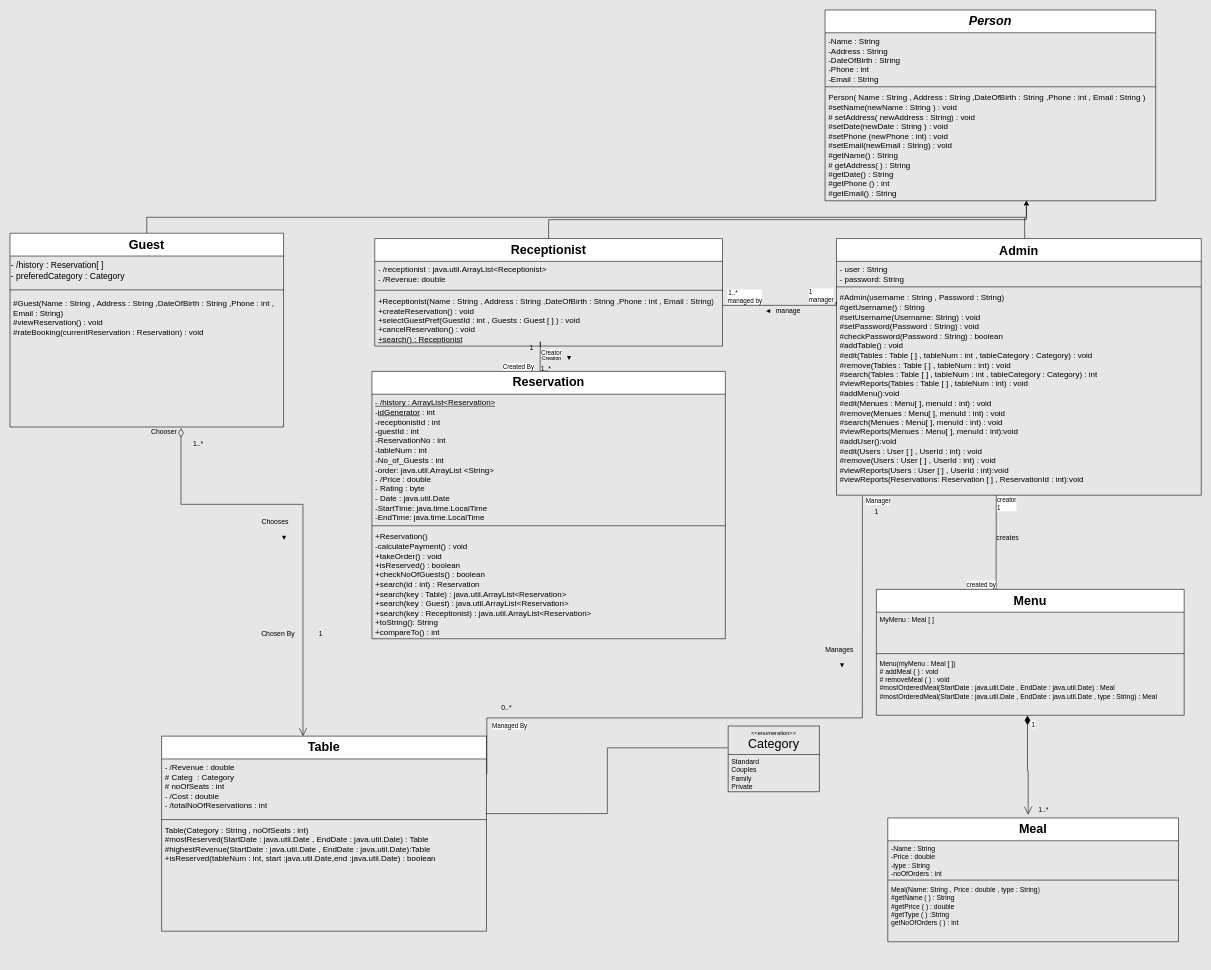
Above: UML for the project.drawio in abdelrahman218/Restaurant-Mangment-System (draw.io), before the change. Source tidied: cells renumbered, new cells numbered last; positions are measured from the earlier drawing's top-left corner, leaving out a move shared by most shapes. Both pictures are drawn from the tidied source at 57%, with x=0, y=0 at pixel (10, 10).
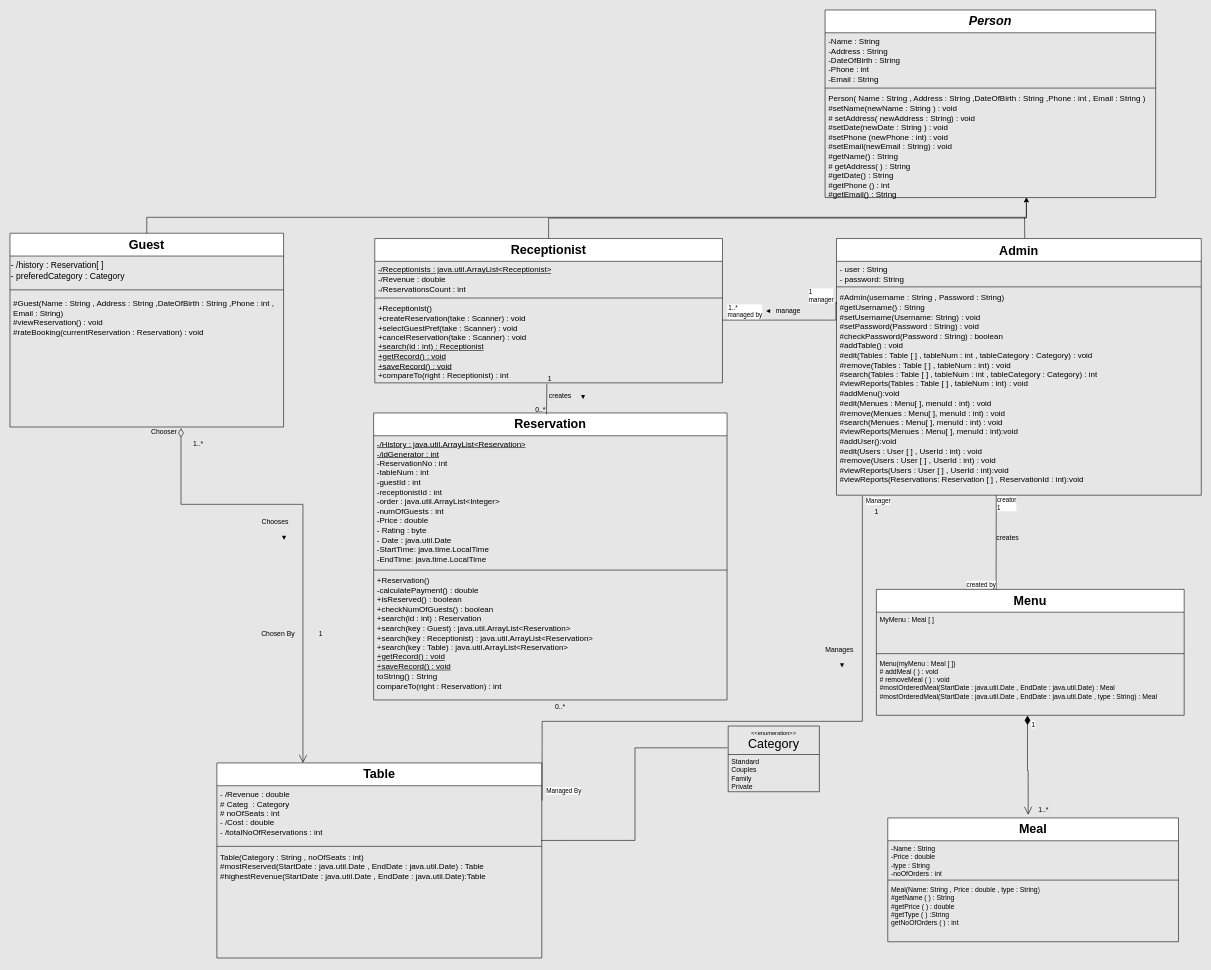
The same page after the edit.

The change refers to these unchanged cells:
```xml
<mxCell id="2" style="group;" parent="1" vertex="1">
  <mxGeometry width="2090" height="1632" as="geometry" />
</mxCell>
<mxCell id="6" value="&lt;font style=&quot;font-size: 14px;&quot;&gt;#Admin(username : String , Password : String)&amp;nbsp;&lt;br&gt;#getUsername() : String&lt;br&gt;#setUsername(Username: String) : void&lt;br&gt;#setPassword(Password : String) : void&lt;br&gt;#checkPassword(Password : String) : boolean&lt;br&gt;#addTable() : void&lt;br&gt;#edit(Tables : Table [ ] , tableNum : int , tableCategory : Category) : void&lt;br&gt;#remove(Tables : Table [ ] , tableNum : int) : void&lt;br&gt;#search(Tables : Table [ ] , tableNum : int , tableCategory : Category) : int&lt;br&gt;#viewReports(Tables : Table [ ] , tableNum : int) : void&lt;br&gt;#addMenu():void&lt;br&gt;#edit(Menues : Menu[ ], menuId : int) : void&lt;br&gt;#remove(Menues : Menu[ ], menuId : int) : void&lt;br&gt;#search(Menues : Menu[ ], menuId : int) : void&lt;br&gt;#viewReports(Menues : Menu[ ], menuId : int):void&lt;br&gt;#addUser():void&lt;br&gt;#edit(Users : User [ ] , UserId : int) : void&lt;br&gt;#remove(Users : User [ ] , UserId : int) : void&lt;br&gt;#viewReports(Users : User [ ] , UserId : int):void&lt;br&gt;#viewReports(Reservations: Reservation [ ] , ReservationId : int):void&lt;br&gt;&lt;/font&gt;" style="text;strokeColor=none;fillColor=none;align=left;verticalAlign=top;spacingLeft=4;spacingRight=4;overflow=hidden;points=[[0,0.5],[1,0.5]];portConstraint=eastwest;whiteSpace=wrap;html=1;" parent="3" vertex="1">
  <mxGeometry y="88.5" width="640" height="361.8" as="geometry" />
</mxCell>
<mxCell id="20" value="&lt;font style=&quot;font-size: 14px;&quot;&gt;- /Revenue : double&lt;br&gt;# Categ&amp;nbsp; : Category&lt;br&gt;# noOfSeats : int&lt;br&gt;- /Cost : double&lt;br&gt;- /totalNoOfReservations : int&lt;br&gt;&lt;br&gt;&lt;/font&gt;" style="text;strokeColor=none;fillColor=none;align=left;verticalAlign=top;spacingLeft=4;spacingRight=4;overflow=hidden;points=[[0,0.5],[1,0.5]];portConstraint=eastwest;whiteSpace=wrap;html=1;" parent="19" vertex="1">
  <mxGeometry y="40" width="570" height="102.6" as="geometry" />
</mxCell>
```

Diff of the diagram source:
```diff
@@
     <mxCell id="7" value="&lt;font style=&quot;font-size: 22px;&quot;&gt;Receptionist&lt;/font&gt;" style="swimlane;fontStyle=1;align=center;verticalAlign=top;horizontal=1;startSize=40;whiteSpace=wrap;html=1;" parent="2" vertex="1">
-      <mxGeometry x="640" y="401" width="610" height="188.7" as="geometry" />
+      <mxGeometry x="640" y="401" width="610" height="253.2" as="geometry" />
     </mxCell>
-    <mxCell id="8" value="&lt;font style=&quot;font-size: 14px;&quot;&gt;- /receptionist : java.util.ArrayList&amp;lt;Receptionist&amp;gt;&lt;br&gt;- /Revenue: double&lt;br&gt;&lt;br&gt;&lt;/font&gt;" style="text;strokeColor=none;fillColor=none;align=left;verticalAlign=top;spacingLeft=4;spacingRight=4;overflow=hidden;whiteSpace=wrap;html=1;" parent="7" vertex="1">
-      <mxGeometry y="40" width="610" height="47" as="geometry" />
+    <mxCell id="8" value="&lt;font style=&quot;font-size: 14px;&quot;&gt;&lt;u&gt;-/Receptionists : java.util.ArrayList&amp;lt;Receptionist&amp;gt;&lt;br&gt;&lt;/u&gt;-/Revenue : double&lt;br&gt;-/ReservationsCount : int&lt;br&gt;&lt;/font&gt;" style="text;strokeColor=none;fillColor=none;align=left;verticalAlign=top;spacingLeft=4;spacingRight=4;overflow=hidden;whiteSpace=wrap;html=1;" parent="7" vertex="1">
+      <mxGeometry y="40" width="610" height="60.6" as="geometry" />
     </mxCell>
     <mxCell id="9" style="line;strokeWidth=1;fillColor=none;align=left;verticalAlign=middle;spacingTop=-1;spacingLeft=3;spacingRight=3;labelPosition=right;strokeColor=inherit;" parent="7" vertex="1">
-      <mxGeometry y="87" width="610" height="7.5" as="geometry" />
+      <mxGeometry y="100.6" width="610" height="7.5" as="geometry" />
     </mxCell>
-    <mxCell id="10" value="&lt;font style=&quot;font-size: 14px;&quot;&gt;+Receptionist(Name : String , Address : String ,DateOfBirth : String ,Phone : int , Email : String)&lt;br&gt;+createReservation() : void&lt;br style=&quot;border-color: var(--border-color);&quot;&gt;&lt;/font&gt;&lt;span style=&quot;font-size: 14px;&quot;&gt;+selectGuestPref(GuestId : int , Guests : Guest [ ] ) : void&lt;br&gt;+cancelReservation() : void&lt;br&gt;&lt;u&gt;+search() : Receptionist&lt;/u&gt;&lt;br&gt;&lt;/span&gt;" style="text;strokeColor=none;fillColor=none;align=left;verticalAlign=top;spacingLeft=4;spacingRight=4;overflow=hidden;points=[[0,0.5],[1,0.5]];portConstraint=eastwest;whiteSpace=wrap;html=1;" parent="7" vertex="1">
-      <mxGeometry y="94.5" width="610" height="94.3" as="geometry" />
+    <mxCell id="10" value="&lt;font style=&quot;font-size: 14px;&quot;&gt;+Receptionist()&lt;br&gt;+createReservation(take : Scanner) : void&lt;br style=&quot;border-color: var(--border-color);&quot;&gt;&lt;/font&gt;&lt;span style=&quot;font-size: 14px;&quot;&gt;+selectGuestPref(take : Scanner) : void&lt;br&gt;+cancelReservation(take : Scanner) : void&lt;br&gt;&lt;u&gt;+search(id : int) : Receptionist&lt;br&gt;+getRecord() : void&lt;br&gt;+saveRecord() : void&lt;/u&gt;&lt;br&gt;+compareTo(right : Receptionist) : int&lt;br&gt;&lt;/span&gt;" style="text;strokeColor=none;fillColor=none;align=left;verticalAlign=top;spacingLeft=4;spacingRight=4;overflow=hidden;points=[[0,0.5],[1,0.5]];portConstraint=eastwest;whiteSpace=wrap;html=1;" parent="7" vertex="1">
+      <mxGeometry y="108.1" width="610" height="145.1" as="geometry" />
     </mxCell>
@@
     <mxCell id="15" value="&lt;font style=&quot;font-size: 22px;&quot;&gt;Reservation&lt;/font&gt;" style="swimlane;fontStyle=1;align=center;verticalAlign=top;horizontal=1;startSize=40;whiteSpace=wrap;html=1;" parent="2" vertex="1">
-      <mxGeometry x="635" y="634.1" width="620" height="469" as="geometry" />
+      <mxGeometry x="638" y="707" width="620" height="503.5" as="geometry" />
     </mxCell>
-    <mxCell id="16" value="&lt;font style=&quot;font-size: 14px;&quot;&gt;&lt;u&gt;- /history : ArrayList&amp;lt;Reservation&amp;gt;&lt;br&gt;&lt;/u&gt;-&lt;u&gt;idGenerator&lt;/u&gt; : int&lt;br&gt;-receptionistId : int&lt;br&gt;-guestId : int&lt;br style=&quot;border-color: var(--border-color);&quot;&gt;-ReservationNo : int&lt;br&gt;-tableNum : int&lt;br&gt;-No_of_Guests : int&lt;br&gt;-order: java.util.ArrayList &amp;lt;String&amp;gt;&lt;br&gt;- /Price : double&lt;br&gt;- Rating : byte&lt;br&gt;- Date : java.util.Date&lt;br&gt;-StartTime: java.time.LocalTime&lt;br&gt;-EndTime: java.time.LocalTime&lt;br&gt;&lt;/font&gt;" style="text;strokeColor=none;fillColor=none;align=left;verticalAlign=top;spacingLeft=4;spacingRight=4;overflow=hidden;whiteSpace=wrap;html=1;" parent="15" vertex="1">
-      <mxGeometry y="40" width="620" height="227" as="geometry" />
+    <mxCell id="16" value="&lt;font style=&quot;font-size: 14px;&quot;&gt;&lt;u&gt;-/History : java.util.ArrayList&amp;lt;Reservation&amp;gt;&lt;br&gt;-/idGenerator : int&lt;/u&gt;&lt;br&gt;-ReservationNo : int&lt;br&gt;-tableNum : int&lt;br&gt;-guestId : int&lt;br&gt;-receptionistId : int&lt;br&gt;-order : java.util.ArrayList&amp;lt;Integer&amp;gt;&amp;nbsp;&lt;br&gt;-numOfGuests : int&lt;br&gt;-Price : double&lt;br&gt;- Rating : byte&lt;br&gt;- Date : java.util.Date&lt;br&gt;-StartTime: java.time.LocalTime&lt;br&gt;-EndTime: java.time.LocalTime&lt;br&gt;&lt;/font&gt;" style="text;strokeColor=none;fillColor=none;align=left;verticalAlign=top;spacingLeft=4;spacingRight=4;overflow=hidden;whiteSpace=wrap;html=1;" parent="15" vertex="1">
+      <mxGeometry y="40" width="620" height="231.9" as="geometry" />
     </mxCell>
     <mxCell id="17" style="line;strokeWidth=1;fillColor=none;align=left;verticalAlign=middle;spacingTop=-1;spacingLeft=3;spacingRight=3;labelPosition=right;strokeColor=inherit;" parent="15" vertex="1">
-      <mxGeometry y="267" width="620" height="7.5" as="geometry" />
+      <mxGeometry y="271.9" width="620" height="7.5" as="geometry" />
     </mxCell>
-    <mxCell id="18" value="&lt;font style=&quot;font-size: 14px;&quot;&gt;+Reservation()&lt;br&gt;-calculatePayment() : void&lt;br&gt;+takeOrder() : void&lt;br&gt;+isReserved() : boolean&lt;br&gt;+checkNoOfGuests() : boolean&lt;br&gt;+search(id : int) : Reservation&lt;br&gt;+search(key : Table) : java.util.ArrayList&amp;lt;Reservation&amp;gt;&lt;br&gt;+search(key : Guest) : java.util.ArrayList&amp;lt;Reservation&amp;gt;&lt;br&gt;+search(key : Receptionist) : java.util.ArrayList&amp;lt;Reservation&amp;gt;&lt;br style=&quot;border-color: var(--border-color);&quot;&gt;+toString(): String&lt;br&gt;+compareTo() : int&lt;br style=&quot;border-color: var(--border-color);&quot;&gt;&lt;/font&gt;" style="text;strokeColor=none;fillColor=none;align=left;verticalAlign=top;spacingLeft=4;spacingRight=4;overflow=hidden;whiteSpace=wrap;html=1;" parent="15" vertex="1">
-      <mxGeometry y="274.5" width="620" height="194.5" as="geometry" />
+    <mxCell id="18" value="&lt;font style=&quot;font-size: 14px;&quot;&gt;+Reservation()&lt;br&gt;-calculatePayment() : double&lt;br&gt;+isReserved() : boolean&lt;br&gt;+checkNumOfGuests() : boolean&lt;br&gt;+search(id : int) : Reservation&lt;br&gt;+search(key : Guest) : java.util.ArrayList&amp;lt;Reservation&amp;gt;&lt;br&gt;+search(key : Receptionist) : java.util.ArrayList&amp;lt;Reservation&amp;gt;&lt;br style=&quot;border-color: var(--border-color);&quot;&gt;+search(key : Table) : java.util.ArrayList&amp;lt;Reservation&amp;gt;&lt;br&gt;&lt;u&gt;+getRecord() : void&lt;br&gt;+saveRecord() : void&lt;br&gt;&lt;/u&gt;toString() : String&lt;br&gt;compareTo(right : Reservation) : int&lt;br style=&quot;border-color: var(--border-color);&quot;&gt;&lt;/font&gt;" style="text;strokeColor=none;fillColor=none;align=left;verticalAlign=top;spacingLeft=4;spacingRight=4;overflow=hidden;whiteSpace=wrap;html=1;" parent="15" vertex="1">
+      <mxGeometry y="279.4" width="620" height="224.1" as="geometry" />
     </mxCell>
     <mxCell id="19" value="&lt;font style=&quot;font-size: 22px;&quot;&gt;Table&lt;/font&gt;" style="swimlane;fontStyle=1;align=center;verticalAlign=top;horizontal=1;startSize=40;whiteSpace=wrap;html=1;" parent="2" vertex="1">
-      <mxGeometry x="266" y="1274" width="570" height="342.2" as="geometry" />
+      <mxGeometry x="363" y="1321" width="570" height="342.2" as="geometry" />
     </mxCell>
@@
-    <mxCell id="22" value="&lt;font style=&quot;font-size: 14px;&quot;&gt;Table(Category : String , noOfSeats : int)&lt;br&gt;#mostReserved(StartDate : java.util.Date , EndDate : java.util.Date) : Table&lt;br&gt;#highestRevenue(StartDate : java.util.Date , EndDate : java.util.Date):Table&lt;br&gt;+isReserved(tableNum : int, start :java.util.Date,end :java.util.Date) : boolean&lt;br style=&quot;border-color: var(--border-color);&quot;&gt;&lt;/font&gt;" style="text;strokeColor=none;fillColor=none;align=left;verticalAlign=top;spacingLeft=4;spacingRight=4;overflow=hidden;whiteSpace=wrap;html=1;" parent="19" vertex="1">
+    <mxCell id="22" value="&lt;font style=&quot;font-size: 14px;&quot;&gt;Table(Category : String , noOfSeats : int)&lt;br&gt;#mostReserved(StartDate : java.util.Date , EndDate : java.util.Date) : Table&lt;br&gt;#highestRevenue(StartDate : java.util.Date , EndDate : java.util.Date):Table&lt;br&gt;&lt;br&gt;&lt;/font&gt;" style="text;strokeColor=none;fillColor=none;align=left;verticalAlign=top;spacingLeft=4;spacingRight=4;overflow=hidden;whiteSpace=wrap;html=1;" parent="19" vertex="1">
       <mxGeometry y="150" width="570" height="192.1" as="geometry" />
     </mxCell>
     <mxCell id="23" value="&lt;font style=&quot;font-size: 22px;&quot;&gt;&lt;i&gt;Person&lt;/i&gt;&lt;/font&gt;" style="swimlane;fontStyle=1;align=center;verticalAlign=top;horizontal=1;startSize=40;whiteSpace=wrap;html=1;" parent="2" vertex="1">
-      <mxGeometry x="1430" width="580" height="334.7" as="geometry" />
+      <mxGeometry x="1430" width="580" height="329.1" as="geometry" />
     </mxCell>
     <mxCell id="24" value="&lt;font style=&quot;font-size: 14px;&quot;&gt;-Name : String&lt;br&gt;-Address : String&lt;br&gt;-DateOfBirth : String&lt;br&gt;-Phone : int&lt;br&gt;-Email : String&lt;br&gt;&lt;/font&gt;" style="text;strokeColor=none;fillColor=none;align=left;verticalAlign=top;spacingLeft=4;spacingRight=4;overflow=hidden;whiteSpace=wrap;html=1;" parent="23" vertex="1">
-      <mxGeometry y="40" width="580" height="91" as="geometry" />
+      <mxGeometry y="40" width="580" height="93.3" as="geometry" />
     </mxCell>
     <mxCell id="25" style="line;strokeWidth=1;fillColor=none;align=left;verticalAlign=middle;spacingTop=-1;spacingLeft=3;spacingRight=3;labelPosition=right;strokeColor=inherit;" parent="23" vertex="1">
-      <mxGeometry y="131" width="580" height="7.5" as="geometry" />
+      <mxGeometry y="133.3" width="580" height="7.5" as="geometry" />
     </mxCell>
     <mxCell id="26" value="&lt;font style=&quot;font-size: 14px;&quot;&gt;Person( Name : String , Address : String ,DateOfBirth : String ,Phone : int , Email : String )&lt;br&gt;#setName(newName : String ) : void&lt;br&gt;# setAddress( newAddress : String) : void&lt;br&gt;#setDate(newDate : String ) : void&lt;br&gt;#setPhone (newPhone : int) : void&lt;br&gt;#setEmail(newEmail : String) : void&lt;br&gt;#getName() : String&lt;br style=&quot;border-color: var(--border-color);&quot;&gt;# getAddress( ) : String&lt;br style=&quot;border-color: var(--border-color);&quot;&gt;#getDate() : String&lt;br style=&quot;border-color: var(--border-color);&quot;&gt;#getPhone () : int&lt;br style=&quot;border-color: var(--border-color);&quot;&gt;#getEmail() : String&lt;br&gt;&lt;br&gt;&lt;/font&gt;" style="text;strokeColor=none;fillColor=none;align=left;verticalAlign=top;spacingLeft=4;spacingRight=4;overflow=hidden;points=[[0,0.5],[1,0.5]];portConstraint=eastwest;whiteSpace=wrap;html=1;" parent="23" vertex="1">
-      <mxGeometry y="138.5" width="580" height="196.2" as="geometry" />
+      <mxGeometry y="140.7" width="580" height="188.4" as="geometry" />
     </mxCell>
@@
-    <mxCell id="56" style="endArrow=none;html=1;edgeStyle=orthogonalEdgeStyle;rounded=0;entryX=0.476;entryY=0;entryDx=0;entryDy=0;entryPerimeter=0;exitX=0.476;exitY=1.011;exitDx=0;exitDy=0;exitPerimeter=0;" parent="2" edge="1" source="10" target="15">
-      <mxGeometry relative="1" as="geometry">
-        <Array as="points">
-          <mxPoint x="930" y="581.9" />
-          <mxPoint x="930" y="581.9" />
-          <mxPoint x="930" y="631.4" />
-          <mxPoint x="930" y="631.4" />
-        </Array>
-      </mxGeometry>
-    </mxCell>
-    <mxCell id="57" value="Creator" style="edgeLabel;html=1;align=left;verticalAlign=bottom;" parent="56" vertex="1">
-      <mxGeometry x="-1" relative="1" as="geometry">
-        <mxPoint y="19" as="offset" />
-      </mxGeometry>
-    </mxCell>
-    <mxCell id="58" value="Created By" style="edgeLabel;html=1;align=right;verticalAlign=bottom;" parent="56" vertex="1">
-      <mxGeometry x="1" relative="1" as="geometry">
-        <mxPoint x="-10" as="offset" />
-      </mxGeometry>
-    </mxCell>
-    <mxCell id="59" value="&lt;font style=&quot;font-size: 9px;&quot;&gt;Creation&lt;/font&gt;" style="text;html=1;align=center;verticalAlign=middle;strokeColor=none;fillColor=none;" parent="2" vertex="1">
-      <mxGeometry x="920" y="595" width="60" height="30" as="geometry" />
-    </mxCell>
-    <mxCell id="60" value="1" style="text;html=1;align=center;verticalAlign=middle;strokeColor=none;fillColor=none;" parent="2" vertex="1">
-      <mxGeometry x="900" y="578.2" width="30" height="30" as="geometry" />
-    </mxCell>
-    <mxCell id="61" value="1..*" style="text;html=1;align=center;verticalAlign=middle;strokeColor=none;fillColor=none;" parent="2" vertex="1">
-      <mxGeometry x="920" y="613.6" width="40" height="30" as="geometry" />
-    </mxCell>
-    <mxCell id="62" value="◄" style="text;html=1;align=center;verticalAlign=middle;strokeColor=none;fillColor=none;rotation=270;" parent="2" vertex="1">
-      <mxGeometry x="960" y="596.8" width="40" height="30" as="geometry" />
-    </mxCell>
@@
     <mxCell id="64" style="endArrow=none;html=1;edgeStyle=orthogonalEdgeStyle;rounded=0;exitX=0.071;exitY=1.005;exitDx=0;exitDy=0;exitPerimeter=0;entryX=1.001;entryY=0.256;entryDx=0;entryDy=0;entryPerimeter=0;" parent="2" edge="1" source="6" target="20">
       <mxGeometry relative="1" as="geometry">
         <Array as="points">
-          <mxPoint x="1495" y="1242" />
-          <mxPoint x="837" y="1242" />
+          <mxPoint x="1495" y="1248" />
+          <mxPoint x="934" y="1248" />
         </Array>
       </mxGeometry>
     </mxCell>
@@
     <mxCell id="66" value="Managed By" style="edgeLabel;html=1;align=right;verticalAlign=bottom;" parent="64" vertex="1">
       <mxGeometry x="1" relative="1" as="geometry">
-        <mxPoint x="71" y="-76" as="offset" />
+        <mxPoint x="69" y="-9" as="offset" />
       </mxGeometry>
     </mxCell>
@@
     <mxCell id="70" value="0..*" style="text;html=1;align=center;verticalAlign=middle;strokeColor=none;fillColor=none;" parent="2" vertex="1">
-      <mxGeometry x="851" y="1210" width="40" height="30" as="geometry" />
+      <mxGeometry x="945" y="1207.4" width="40" height="30" as="geometry" />
     </mxCell>
@@
+    <mxCell id="56" style="endArrow=none;html=1;rounded=0;entryX=0.489;entryY=0.005;entryDx=0;entryDy=0;entryPerimeter=0;exitX=0.495;exitY=1.013;exitDx=0;exitDy=0;exitPerimeter=0;" parent="2" edge="1" source="10" target="15">
+      <mxGeometry relative="1" as="geometry" />
+    </mxCell>
+    <mxCell id="60" value="1" style="html=1;whiteSpace=wrap;align=left;verticalAlign=bottom;" parent="56" vertex="1">
+      <mxGeometry x="-1" relative="1" as="geometry" />
+    </mxCell>
+    <mxCell id="73" value="0..*" style="html=1;whiteSpace=wrap;align=right;verticalAlign=bottom;" parent="56" vertex="1">
+      <mxGeometry x="1" relative="1" as="geometry" />
+    </mxCell>
+    <mxCell id="74" value="creates" style="text;html=1;align=center;verticalAlign=middle;strokeColor=none;fillColor=none;" parent="2" vertex="1">
+      <mxGeometry x="936.5" y="665" width="57" height="26" as="geometry" />
+    </mxCell>
+    <mxCell id="62" value="◄" style="text;html=1;align=center;verticalAlign=middle;strokeColor=none;fillColor=none;rotation=-90;" parent="2" vertex="1">
+      <mxGeometry x="985" y="665" width="40" height="30" as="geometry" />
+    </mxCell>
```
